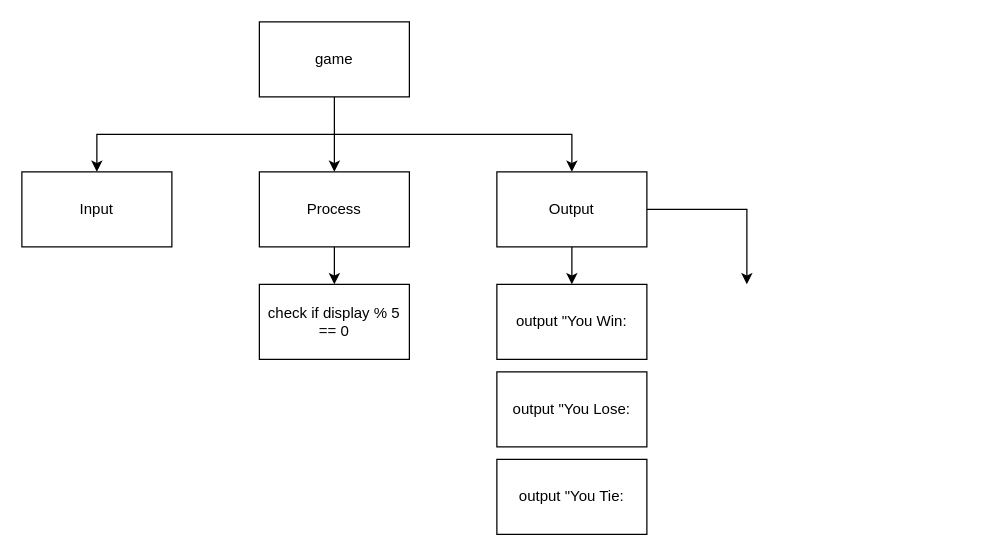
The draw.io diagram topdown.drawio in Peter-Gemmell/ics4u-Assignment1-typescript, before the edit. Source tidied: cells renumbered, new cells numbered last; positions are measured from the earlier drawing's top-left corner, leaving out a move shared by most shapes. Both pictures are drawn from the tidied source at 125%, with x=0, y=0 at pixel (21, 21).
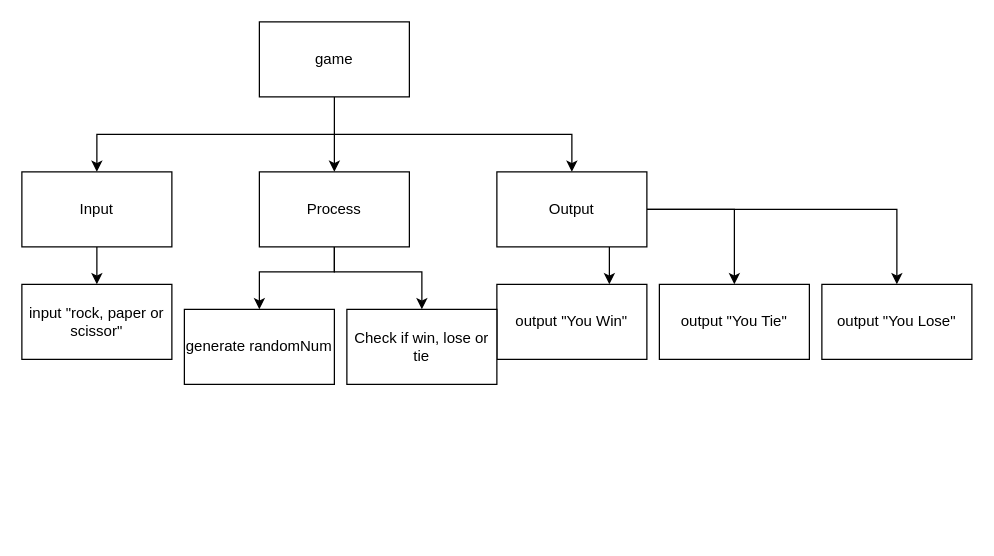
The same diagram, later.

Unchanged cells that the change refers to:
```xml
<mxCell id="6" value="Input" style="rounded=0;whiteSpace=wrap;html=1;" parent="1" vertex="1">
  <mxGeometry y="120" width="120" height="60" as="geometry" />
</mxCell>
<mxCell id="8" value="Process" style="rounded=0;whiteSpace=wrap;html=1;" parent="1" vertex="1">
  <mxGeometry x="190" y="120" width="120" height="60" as="geometry" />
</mxCell>
<mxCell id="11" value="Output" style="rounded=0;whiteSpace=wrap;html=1;" parent="1" vertex="1">
  <mxGeometry x="380" y="120" width="120" height="60" as="geometry" />
</mxCell>
```

Diff of the diagram source:
```diff
@@
+    <mxCell id="16" style="edgeStyle=none;rounded=0;html=1;exitX=0.5;exitY=1;exitDx=0;exitDy=0;entryX=0.5;entryY=0;entryDx=0;entryDy=0;" parent="1" edge="1" source="6" target="19">
+      <mxGeometry relative="1" as="geometry" />
+    </mxCell>
@@
-    <mxCell id="7" style="edgeStyle=none;rounded=0;html=1;entryX=0.5;entryY=0;entryDx=0;entryDy=0;" parent="1" edge="1" source="8" target="13">
-      <mxGeometry relative="1" as="geometry" />
+    <mxCell id="7" style="edgeStyle=none;rounded=0;html=1;entryX=0.5;entryY=0;entryDx=0;entryDy=0;exitX=0.5;exitY=1;exitDx=0;exitDy=0;" parent="1" edge="1" source="8" target="13">
+      <mxGeometry relative="1" as="geometry">
+        <Array as="points">
+          <mxPoint x="250" y="200" />
+          <mxPoint x="190" y="200" />
+        </Array>
+      </mxGeometry>
     </mxCell>
+    <mxCell id="17" style="edgeStyle=none;rounded=0;html=1;exitX=0.5;exitY=1;exitDx=0;exitDy=0;entryX=0.5;entryY=0;entryDx=0;entryDy=0;" parent="1" edge="1" source="8" target="20">
+      <mxGeometry relative="1" as="geometry">
+        <Array as="points">
+          <mxPoint x="250" y="200" />
+          <mxPoint x="320" y="200" />
+        </Array>
+      </mxGeometry>
+    </mxCell>
@@
-    <mxCell id="9" style="edgeStyle=none;rounded=0;html=1;" parent="1" edge="1" source="11" target="12">
+    <mxCell id="9" style="edgeStyle=none;rounded=0;html=1;exitX=0.75;exitY=1;exitDx=0;exitDy=0;entryX=0.75;entryY=0;entryDx=0;entryDy=0;" parent="1" edge="1" source="11" target="12">
       <mxGeometry relative="1" as="geometry" />
     </mxCell>
-    <mxCell id="10" style="edgeStyle=none;html=1;entryX=0.5;entryY=0;entryDx=0;entryDy=0;exitX=1;exitY=0.5;exitDx=0;exitDy=0;rounded=0;" parent="1" edge="1" source="11">
+    <mxCell id="10" style="edgeStyle=none;html=1;entryX=0.5;entryY=0;entryDx=0;entryDy=0;exitX=1;exitY=0.5;exitDx=0;exitDy=0;rounded=0;" parent="1" edge="1" source="11" target="14">
       <mxGeometry relative="1" as="geometry">
-        <mxPoint x="580" y="210" as="targetPoint" />
         <Array as="points">
-          <mxPoint x="580" y="150" />
+          <mxPoint x="570" y="150" />
+          <mxPoint x="700" y="150" />
         </Array>
       </mxGeometry>
     </mxCell>
+    <mxCell id="18" style="edgeStyle=none;html=1;exitX=1;exitY=0.5;exitDx=0;exitDy=0;entryX=0.5;entryY=0;entryDx=0;entryDy=0;rounded=0;" parent="1" edge="1" source="11" target="15">
+      <mxGeometry relative="1" as="geometry">
+        <Array as="points">
+          <mxPoint x="570" y="150" />
+        </Array>
+      </mxGeometry>
+    </mxCell>
@@
-    <mxCell id="12" value="output &quot;You Win:" style="rounded=0;whiteSpace=wrap;html=1;" parent="1" vertex="1">
+    <mxCell id="12" value="output &quot;You Win&quot;" style="rounded=0;whiteSpace=wrap;html=1;" parent="1" vertex="1">
       <mxGeometry x="380" y="210" width="120" height="60" as="geometry" />
     </mxCell>
-    <mxCell id="13" value="check if display % 5 == 0" style="rounded=0;whiteSpace=wrap;html=1;" parent="1" vertex="1">
-      <mxGeometry x="190" y="210" width="120" height="60" as="geometry" />
+    <mxCell id="13" value="generate randomNum" style="rounded=0;whiteSpace=wrap;html=1;" parent="1" vertex="1">
+      <mxGeometry x="130" y="230" width="120" height="60" as="geometry" />
     </mxCell>
-    <mxCell id="14" value="output &quot;You Lose:" style="rounded=0;whiteSpace=wrap;html=1;" parent="1" vertex="1">
-      <mxGeometry x="380" y="280" width="120" height="60" as="geometry" />
+    <mxCell id="14" value="output &quot;You Lose&quot;" style="rounded=0;whiteSpace=wrap;html=1;" parent="1" vertex="1">
+      <mxGeometry x="640" y="210" width="120" height="60" as="geometry" />
     </mxCell>
-    <mxCell id="15" value="output &quot;You Tie:" style="rounded=0;whiteSpace=wrap;html=1;" parent="1" vertex="1">
-      <mxGeometry x="380" y="350" width="120" height="60" as="geometry" />
+    <mxCell id="15" value="output &quot;You Tie&quot;" style="rounded=0;whiteSpace=wrap;html=1;" parent="1" vertex="1">
+      <mxGeometry x="510" y="210" width="120" height="60" as="geometry" />
     </mxCell>
+    <mxCell id="19" value="input &quot;rock, paper or scissor&quot;" style="rounded=0;whiteSpace=wrap;html=1;" parent="1" vertex="1">
+      <mxGeometry y="210" width="120" height="60" as="geometry" />
+    </mxCell>
+    <mxCell id="20" value="Check if win, lose or tie" style="rounded=0;whiteSpace=wrap;html=1;" parent="1" vertex="1">
+      <mxGeometry x="260" y="230" width="120" height="60" as="geometry" />
+    </mxCell>
```
